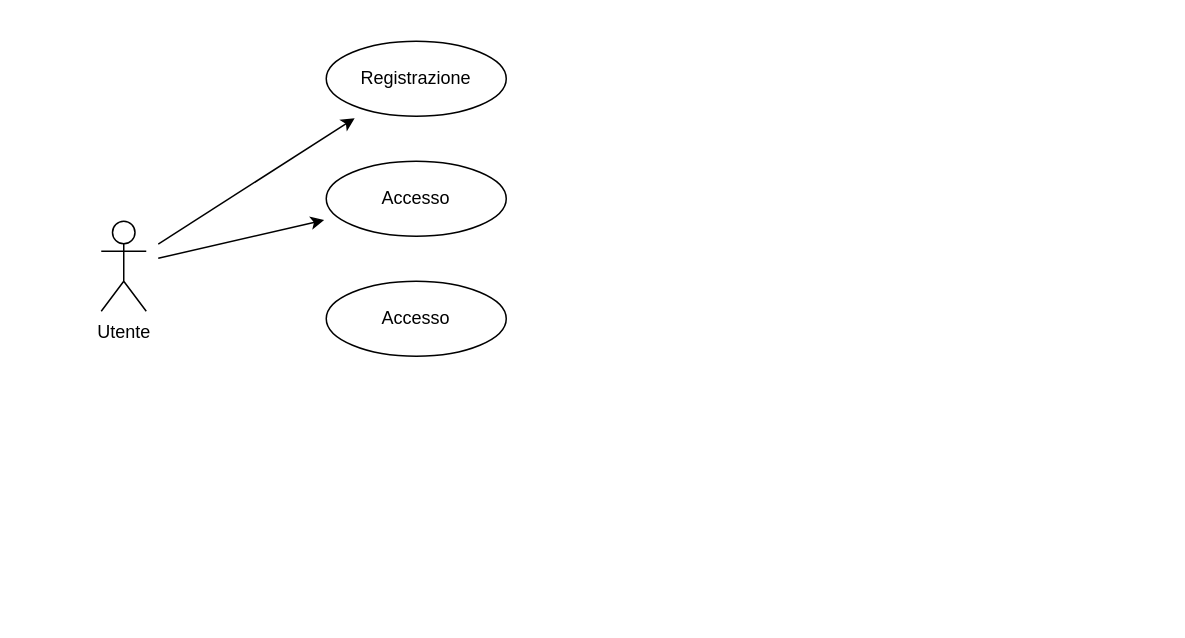
This is documenti/Use Cases.drawio from Chaos-Rat/GAO, a draw.io file, before an edit. Source tidied: cells renumbered, new cells numbered last; positions are measured from the earlier drawing's top-left corner, leaving out a move shared by most shapes. Both pictures are drawn from the tidied source at 150%, with x=0, y=0 at pixel (100, 40).
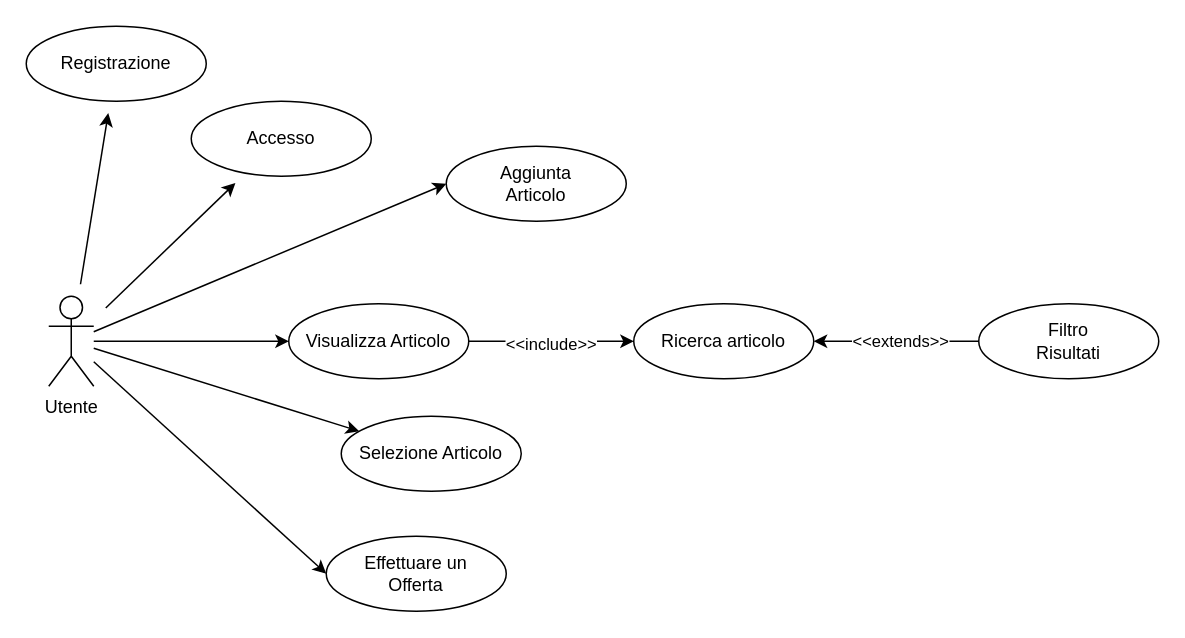
After the change.

What changed in the source:
```diff
@@
     <mxCell id="4" value="Utente" style="shape=umlActor;verticalLabelPosition=bottom;verticalAlign=top;html=1;outlineConnect=0;" parent="1" vertex="1">
-      <mxGeometry y="120" width="30" height="60" as="geometry" />
+      <mxGeometry x="-35" y="170" width="30" height="60" as="geometry" />
     </mxCell>
     <mxCell id="5" value="Registrazione" style="ellipse;whiteSpace=wrap;html=1;" parent="1" vertex="1">
-      <mxGeometry x="150" width="120" height="50" as="geometry" />
+      <mxGeometry x="-50" y="-10" width="120" height="50" as="geometry" />
     </mxCell>
     <mxCell id="6" value="Accesso" style="ellipse;whiteSpace=wrap;html=1;" parent="1" vertex="1">
-      <mxGeometry x="150" y="80" width="120" height="50" as="geometry" />
+      <mxGeometry x="60" y="40" width="120" height="50" as="geometry" />
     </mxCell>
-    <mxCell id="7" value="Accesso" style="ellipse;whiteSpace=wrap;html=1;" parent="1" vertex="1">
-      <mxGeometry x="150" y="160" width="120" height="50" as="geometry" />
+    <mxCell id="7" value="Selezione Articolo" style="ellipse;whiteSpace=wrap;html=1;" parent="1" vertex="1">
+      <mxGeometry x="160" y="250" width="120" height="50" as="geometry" />
     </mxCell>
+    <mxCell id="8" style="endArrow=classic;html=1;rounded=0;" parent="1" edge="1" source="4" target="7">
+      <mxGeometry relative="1" as="geometry" />
+    </mxCell>
+    <mxCell id="9" value="Effettuare un &lt;br&gt;Offerta" style="ellipse;whiteSpace=wrap;html=1;" parent="1" vertex="1">
+      <mxGeometry x="150" y="330" width="120" height="50" as="geometry" />
+    </mxCell>
+    <mxCell id="10" style="endArrow=classic;html=1;rounded=0;entryX=0;entryY=0.5;entryDx=0;entryDy=0;" parent="1" edge="1" source="4" target="9">
+      <mxGeometry relative="1" as="geometry" />
+    </mxCell>
+    <mxCell id="11" value="Visualizza Articolo" style="ellipse;whiteSpace=wrap;html=1;" parent="1" vertex="1">
+      <mxGeometry x="125" y="175" width="120" height="50" as="geometry" />
+    </mxCell>
+    <mxCell id="12" style="endArrow=classic;html=1;rounded=0;entryX=0;entryY=0.5;entryDx=0;entryDy=0;" parent="1" edge="1" source="4" target="11">
+      <mxGeometry relative="1" as="geometry" />
+    </mxCell>
+    <mxCell id="13" style="endArrow=classic;html=1;rounded=0;exitX=1;exitY=0.5;exitDx=0;exitDy=0;entryX=0;entryY=0.5;entryDx=0;entryDy=0;" parent="1" edge="1" source="11" target="15">
+      <mxGeometry relative="1" as="geometry" />
+    </mxCell>
+    <mxCell id="14" value="&amp;lt;&amp;lt;include&amp;gt;&amp;gt;" style="edgeLabel;html=1;align=center;verticalAlign=middle;" parent="13" vertex="1">
+      <mxGeometry x="-0.02" y="-1" relative="1" as="geometry" />
+    </mxCell>
+    <mxCell id="15" value="Ricerca articolo" style="ellipse;whiteSpace=wrap;html=1;" parent="1" vertex="1">
+      <mxGeometry x="355" y="175" width="120" height="50" as="geometry" />
+    </mxCell>
+    <mxCell id="16" style="endArrow=classic;html=1;rounded=0;entryX=1;entryY=0.5;entryDx=0;entryDy=0;exitX=0;exitY=0.5;exitDx=0;exitDy=0;" parent="1" edge="1" source="18" target="15">
+      <mxGeometry relative="1" as="geometry" />
+    </mxCell>
+    <mxCell id="17" value="&amp;lt;&amp;lt;extends&amp;gt;&amp;gt;" style="edgeLabel;html=1;align=center;verticalAlign=middle;" parent="16" vertex="1">
+      <mxGeometry x="-0.04" y="-1" relative="1" as="geometry" />
+    </mxCell>
+    <mxCell id="18" value="Filtro&lt;br&gt;Risultati" style="ellipse;whiteSpace=wrap;html=1;" parent="1" vertex="1">
+      <mxGeometry x="585" y="175" width="120" height="50" as="geometry" />
+    </mxCell>
+    <mxCell id="19" value="Aggiunta&lt;br&gt;Articolo" style="ellipse;whiteSpace=wrap;html=1;" parent="1" vertex="1">
+      <mxGeometry x="230" y="70" width="120" height="50" as="geometry" />
+    </mxCell>
+    <mxCell id="20" style="endArrow=classic;html=1;rounded=0;entryX=0;entryY=0.5;entryDx=0;entryDy=0;" parent="1" edge="1" source="4" target="19">
+      <mxGeometry relative="1" as="geometry" />
+    </mxCell>
```
